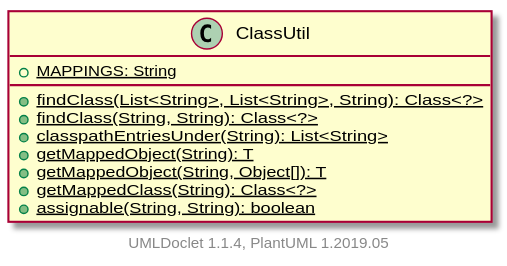
Earlier version of the PlantUML export apidocs/2.11.0.M7-SNAPSHOT/org/apache/wiki/util/ClassUtil.svg (apache/jspwiki-site). The source it was exported from:
```plantuml
@startuml

    class ClassUtil [[ClassUtil.html]] {
        {static} +MAPPINGS: String
        {static} +findClass(List<String>, List<String>, String): Class<?>
        {static} +findClass(String, String): Class<?>
        {static} +classpathEntriesUnder(String): List<String>
        {static} +getMappedObject(String): T
        {static} +getMappedObject(String, Object[]): T
        {static} +getMappedClass(String): Class<?>
        {static} +assignable(String, String): boolean
    }


    center footer UMLDoclet 1.1.4, PlantUML 1.2019.05
@enduml
```
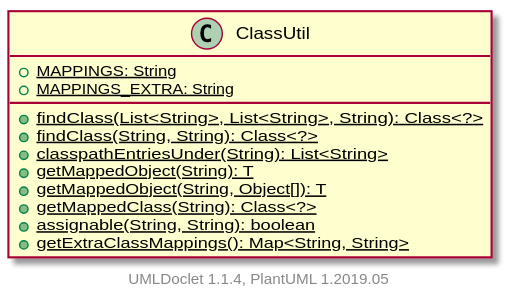
Later version of the same file.

The edit, as a diff of the source:
```diff
@@ -2,6 +2,7 @@
 
     class ClassUtil [[ClassUtil.html]] {
         {static} +MAPPINGS: String
+        {static} +MAPPINGS_EXTRA: String
         {static} +findClass(List<String>, List<String>, String): Class<?>
         {static} +findClass(String, String): Class<?>
         {static} +classpathEntriesUnder(String): List<String>
@@ -9,6 +10,7 @@
         {static} +getMappedObject(String, Object[]): T
         {static} +getMappedClass(String): Class<?>
         {static} +assignable(String, String): boolean
+        {static} +getExtraClassMappings(): Map<String, String>
     }
 
 
```
